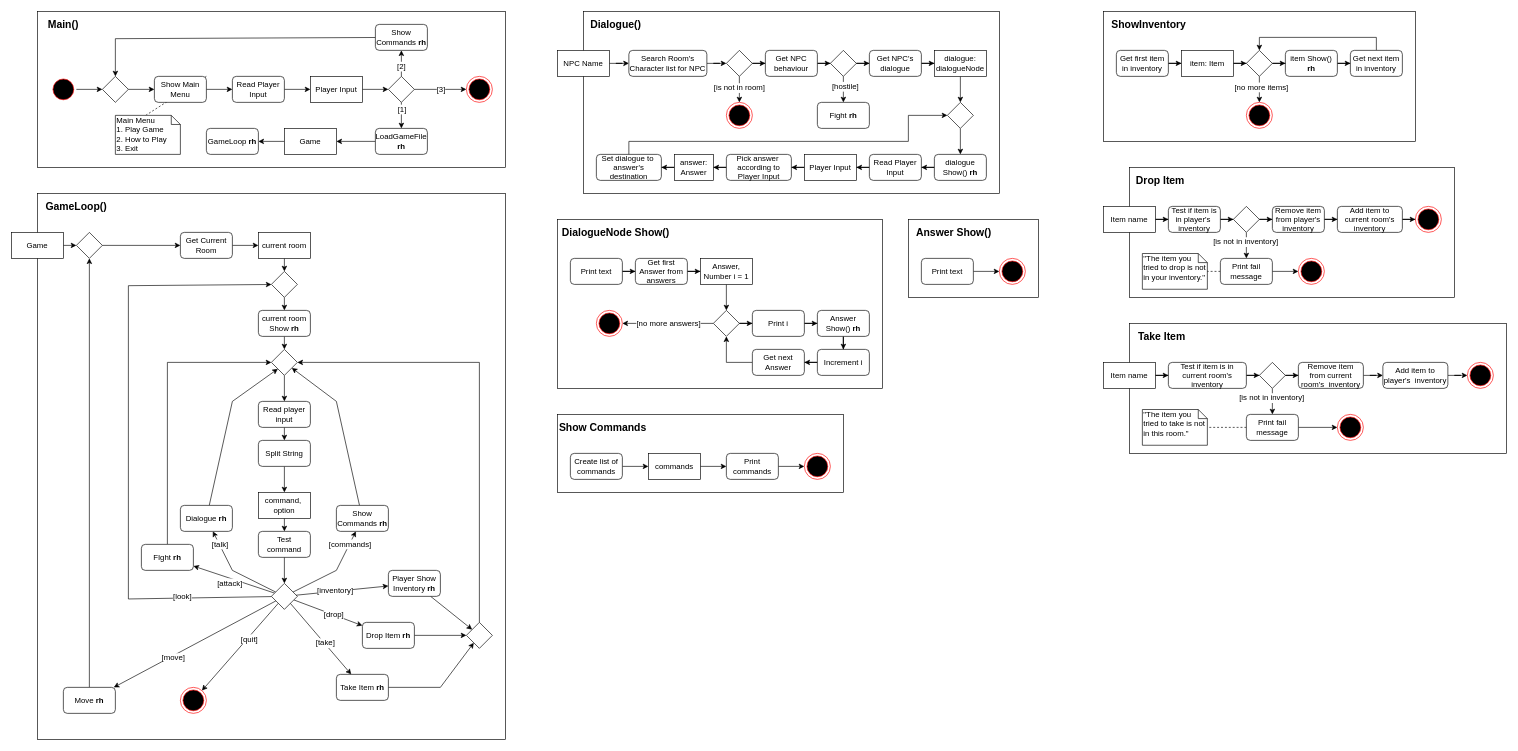
The draw.io diagram page "Activities" (3 of 3) of Diagrams/Legends of Antir Diagrams.drawio in qogoist/LegendsOfAntir, before the edit. Source tidied: cells renumbered, new cells numbered last; positions are measured from the earlier drawing's top-left corner, leaving out a move shared by most shapes. Both pictures are drawn from the tidied source at 65%, with x=0, y=0 at pixel (11, 11).
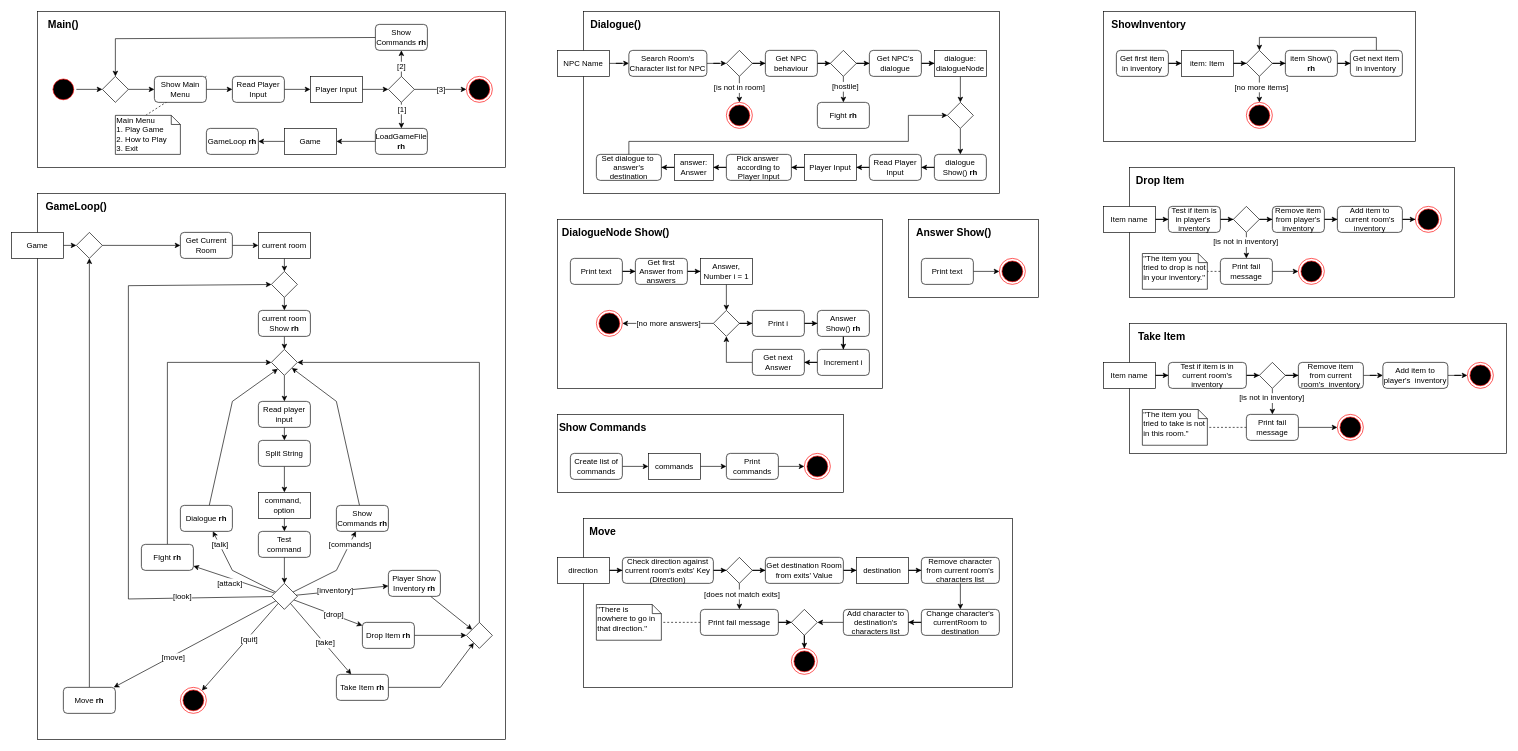
The same diagram, later.

What changed in the source:
```diff
@@
+    <mxCell id="218" style="rounded=0;whiteSpace=wrap;html=1;fillColor=none;fontSize=12;" parent="1" vertex="1">
+      <mxGeometry x="880" y="780" width="660" height="260" as="geometry" />
+    </mxCell>
@@
+    <mxCell id="219" style="edgeStyle=orthogonalEdgeStyle;rounded=0;jettySize=auto;html=1;endArrow=classic;endFill=1;endSize=6;" parent="1" edge="1" source="220" target="222">
+      <mxGeometry relative="1" as="geometry" />
+    </mxCell>
+    <mxCell id="220" value="direction" style="rounded=0;whiteSpace=wrap;html=1;fillColor=#ffffff;fontSize=12;" parent="1" vertex="1">
+      <mxGeometry x="840" y="840" width="80" height="40" as="geometry" />
+    </mxCell>
+    <mxCell id="221" style="edgeStyle=orthogonalEdgeStyle;rounded=0;jettySize=auto;html=1;endArrow=classic;endFill=1;endSize=6;" parent="1" edge="1" source="222" target="226">
+      <mxGeometry relative="1" as="geometry" />
+    </mxCell>
+    <mxCell id="222" value="Check direction against current room's exits' Key (Direction)" style="rounded=1;whiteSpace=wrap;html=1;" parent="1" vertex="1">
+      <mxGeometry x="940" y="840" width="140" height="40" as="geometry" />
+    </mxCell>
+    <mxCell id="223" style="edgeStyle=orthogonalEdgeStyle;rounded=0;jettySize=auto;html=1;endArrow=classic;endFill=1;endSize=6;" parent="1" edge="1" source="226" target="229">
+      <mxGeometry relative="1" as="geometry" />
+    </mxCell>
+    <mxCell id="224" value="[does not match exits]" style="text;html=1;align=center;verticalAlign=middle;labelBackgroundColor=#ffffff;" parent="223" vertex="1">
+      <mxGeometry x="-0.22" y="3" relative="1" as="geometry" />
+    </mxCell>
+    <mxCell id="225" style="edgeStyle=orthogonalEdgeStyle;rounded=0;jettySize=auto;html=1;endArrow=classic;endFill=1;endSize=6;" parent="1" edge="1" source="226" target="233">
+      <mxGeometry relative="1" as="geometry" />
+    </mxCell>
+    <mxCell id="226" style="rhombus;whiteSpace=wrap;html=1;fillColor=#ffffff;fontSize=12;" parent="1" vertex="1">
+      <mxGeometry x="1100" y="840" width="40" height="40" as="geometry" />
+    </mxCell>
+    <mxCell id="227" style="edgeStyle=orthogonalEdgeStyle;rounded=0;jettySize=auto;html=1;endArrow=none;endFill=0;endSize=6;dashed=1;" parent="1" edge="1" source="229" target="231">
+      <mxGeometry relative="1" as="geometry" />
+    </mxCell>
+    <mxCell id="228" style="edgeStyle=orthogonalEdgeStyle;rounded=0;jettySize=auto;html=1;endArrow=classic;endFill=1;endSize=6;" parent="1" edge="1" source="229" target="243">
+      <mxGeometry relative="1" as="geometry" />
+    </mxCell>
+    <mxCell id="229" value="Print fail message" style="rounded=1;whiteSpace=wrap;html=1;" parent="1" vertex="1">
+      <mxGeometry x="1060" y="920" width="120" height="40" as="geometry" />
+    </mxCell>
+    <mxCell id="230" style="ellipse;html=1;shape=endState;fillColor=#000000;strokeColor=#ff0000;fontSize=12;" parent="1" vertex="1">
+      <mxGeometry x="1200" y="980" width="40" height="40" as="geometry" />
+    </mxCell>
+    <mxCell id="231" value="&quot;There is &lt;br&gt;nowhere to go in that direction.&quot;" style="shape=note;whiteSpace=wrap;html=1;size=14;verticalAlign=top;align=left;spacingTop=-6;fillColor=none;" parent="1" vertex="1">
+      <mxGeometry x="900" y="912.5" width="100" height="55" as="geometry" />
+    </mxCell>
+    <mxCell id="232" style="edgeStyle=orthogonalEdgeStyle;rounded=0;jettySize=auto;html=1;endArrow=classic;endFill=1;endSize=6;" parent="1" edge="1" source="233" target="235">
+      <mxGeometry relative="1" as="geometry" />
+    </mxCell>
+    <mxCell id="233" value="Get destination Room from exits' Value" style="rounded=1;whiteSpace=wrap;html=1;" parent="1" vertex="1">
+      <mxGeometry x="1160" y="840" width="120" height="40" as="geometry" />
+    </mxCell>
+    <mxCell id="234" style="edgeStyle=orthogonalEdgeStyle;rounded=0;jettySize=auto;html=1;endArrow=classic;endFill=1;endSize=6;" parent="1" edge="1" source="235" target="239">
+      <mxGeometry relative="1" as="geometry" />
+    </mxCell>
+    <mxCell id="235" value="destination" style="rounded=0;whiteSpace=wrap;html=1;fillColor=#ffffff;fontSize=12;" parent="1" vertex="1">
+      <mxGeometry x="1300" y="840" width="80" height="40" as="geometry" />
+    </mxCell>
+    <mxCell id="236" style="edgeStyle=orthogonalEdgeStyle;rounded=0;jettySize=auto;html=1;endArrow=classic;endFill=1;endSize=6;" parent="1" edge="1" source="237" target="243">
+      <mxGeometry relative="1" as="geometry" />
+    </mxCell>
+    <mxCell id="237" value="Add character to destination's characters list" style="rounded=1;whiteSpace=wrap;html=1;" parent="1" vertex="1">
+      <mxGeometry x="1280" y="920" width="100" height="40" as="geometry" />
+    </mxCell>
+    <mxCell id="238" style="edgeStyle=orthogonalEdgeStyle;rounded=0;jettySize=auto;html=1;endArrow=classic;endFill=1;endSize=6;" parent="1" edge="1" source="239" target="241">
+      <mxGeometry relative="1" as="geometry" />
+    </mxCell>
+    <mxCell id="239" value="Remove character from current room's characters list" style="rounded=1;whiteSpace=wrap;html=1;" parent="1" vertex="1">
+      <mxGeometry x="1400" y="840" width="120" height="40" as="geometry" />
+    </mxCell>
+    <mxCell id="240" style="edgeStyle=orthogonalEdgeStyle;rounded=0;jettySize=auto;html=1;endArrow=classic;endFill=1;endSize=6;" parent="1" edge="1" source="241" target="237">
+      <mxGeometry relative="1" as="geometry" />
+    </mxCell>
+    <mxCell id="241" value="Change character's currentRoom to destination" style="rounded=1;whiteSpace=wrap;html=1;" parent="1" vertex="1">
+      <mxGeometry x="1400" y="920" width="120" height="40" as="geometry" />
+    </mxCell>
+    <mxCell id="242" style="edgeStyle=orthogonalEdgeStyle;rounded=0;jettySize=auto;html=1;endArrow=classic;endFill=1;endSize=6;" parent="1" edge="1" source="243" target="230">
+      <mxGeometry relative="1" as="geometry" />
+    </mxCell>
+    <mxCell id="243" style="rhombus;whiteSpace=wrap;html=1;fillColor=#ffffff;fontSize=12;" parent="1" vertex="1">
+      <mxGeometry x="1200" y="920" width="40" height="40" as="geometry" />
+    </mxCell>
+    <mxCell id="244" value="&lt;b&gt;Move&lt;/b&gt;" style="text;html=1;strokeColor=none;fillColor=none;align=center;verticalAlign=middle;whiteSpace=wrap;rounded=0;fontSize=16;" parent="1" vertex="1">
+      <mxGeometry x="880" y="780" width="60" height="40" as="geometry" />
+    </mxCell>
```
